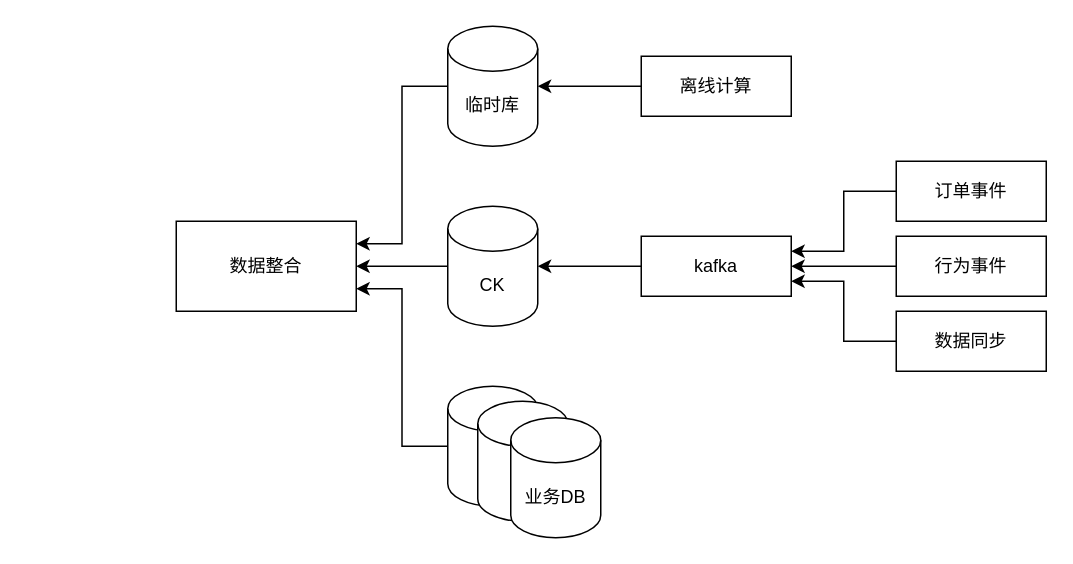
Earlier version of the draw.io diagram 实时平台.drawio (chenjinying1988/diagrams). Source tidied: cells renumbered, new cells numbered last; positions are measured from the earlier drawing's top-left corner, leaving out a move shared by most shapes. Both pictures are drawn from the tidied source at 150%, with x=0, y=0 at pixel (176, 26).
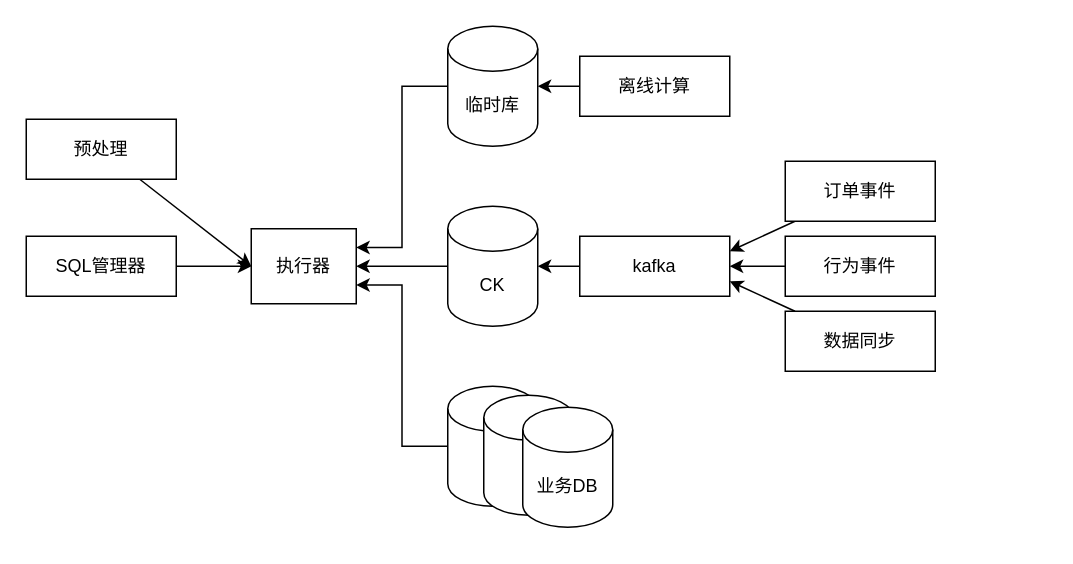
The same page after the edit.

Commit message:
更新实时平台.drawio

The edit, as a diff of the source:
```diff
@@
     <mxCell id="4" style="shape=cylinder3;whiteSpace=wrap;html=1;boundedLbl=1;backgroundOutline=1;size=15;" parent="1" vertex="1">
-      <mxGeometry x="201" y="250" width="60" height="80" as="geometry" />
+      <mxGeometry x="205" y="246" width="60" height="80" as="geometry" />
     </mxCell>
     <mxCell id="5" value="业务DB" style="shape=cylinder3;whiteSpace=wrap;html=1;boundedLbl=1;backgroundOutline=1;size=15;" parent="1" vertex="1">
-      <mxGeometry x="223" y="261" width="60" height="80" as="geometry" />
+      <mxGeometry x="231" y="254" width="60" height="80" as="geometry" />
     </mxCell>
@@
     <mxCell id="12" value="kafka" style="rounded=0;whiteSpace=wrap;html=1;" parent="1" vertex="1">
-      <mxGeometry x="310" y="140" width="100" height="40" as="geometry" />
+      <mxGeometry x="269" y="140" width="100" height="40" as="geometry" />
     </mxCell>
     <mxCell id="13" value="离线计算" style="rounded=0;whiteSpace=wrap;html=1;" parent="1" vertex="1">
-      <mxGeometry x="310" y="20" width="100" height="40" as="geometry" />
+      <mxGeometry x="269" y="20" width="100" height="40" as="geometry" />
     </mxCell>
-    <mxCell id="14" style="edgeStyle=orthogonalEdgeStyle;rounded=0;jettySize=auto;html=1;entryX=1;entryY=0.25;entryDx=0;entryDy=0;" parent="1" edge="1" source="15" target="12">
+    <mxCell id="14" style="rounded=0;jettySize=auto;html=1;entryX=1;entryY=0.25;entryDx=0;entryDy=0;" parent="1" edge="1" source="15" target="12">
       <mxGeometry relative="1" as="geometry" />
     </mxCell>
     <mxCell id="15" value="订单事件" style="rounded=0;whiteSpace=wrap;html=1;" parent="1" vertex="1">
-      <mxGeometry x="480" y="90" width="100" height="40" as="geometry" />
+      <mxGeometry x="406" y="90" width="100" height="40" as="geometry" />
     </mxCell>
@@
     <mxCell id="17" value="行为事件" style="rounded=0;whiteSpace=wrap;html=1;" parent="1" vertex="1">
-      <mxGeometry x="480" y="140" width="100" height="40" as="geometry" />
+      <mxGeometry x="406" y="140" width="100" height="40" as="geometry" />
     </mxCell>
-    <mxCell id="18" style="edgeStyle=orthogonalEdgeStyle;rounded=0;jettySize=auto;html=1;entryX=1;entryY=0.75;entryDx=0;entryDy=0;" parent="1" edge="1" source="19" target="12">
+    <mxCell id="18" style="rounded=0;jettySize=auto;html=1;entryX=1;entryY=0.75;entryDx=0;entryDy=0;" parent="1" edge="1" source="19" target="12">
       <mxGeometry relative="1" as="geometry" />
     </mxCell>
     <mxCell id="19" value="数据同步" style="rounded=0;whiteSpace=wrap;html=1;" parent="1" vertex="1">
-      <mxGeometry x="480" y="190" width="100" height="40" as="geometry" />
+      <mxGeometry x="406" y="190" width="100" height="40" as="geometry" />
     </mxCell>
-    <mxCell id="20" value="数据整合" style="rounded=0;whiteSpace=wrap;html=1;" parent="1" vertex="1">
-      <mxGeometry y="130" width="120" height="60" as="geometry" />
+    <mxCell id="20" value="执行器" style="rounded=0;whiteSpace=wrap;html=1;" parent="1" vertex="1">
+      <mxGeometry x="50" y="135" width="70" height="50" as="geometry" />
     </mxCell>
+    <mxCell id="21" style="edgeStyle=none;rounded=0;jettySize=auto;html=1;entryX=0;entryY=0.5;entryDx=0;entryDy=0;" parent="1" edge="1" source="22" target="20">
+      <mxGeometry relative="1" as="geometry" />
+    </mxCell>
+    <mxCell id="22" value="SQL管理器" style="rounded=0;whiteSpace=wrap;html=1;" parent="1" vertex="1">
+      <mxGeometry x="-100" y="140" width="100" height="40" as="geometry" />
+    </mxCell>
+    <mxCell id="23" style="edgeStyle=none;rounded=0;jettySize=auto;html=1;entryX=0;entryY=0.5;entryDx=0;entryDy=0;" parent="1" edge="1" source="24" target="20">
+      <mxGeometry relative="1" as="geometry" />
+    </mxCell>
+    <mxCell id="24" value="预处理" style="rounded=0;whiteSpace=wrap;html=1;" parent="1" vertex="1">
+      <mxGeometry x="-100" y="62" width="100" height="40" as="geometry" />
+    </mxCell>
```
